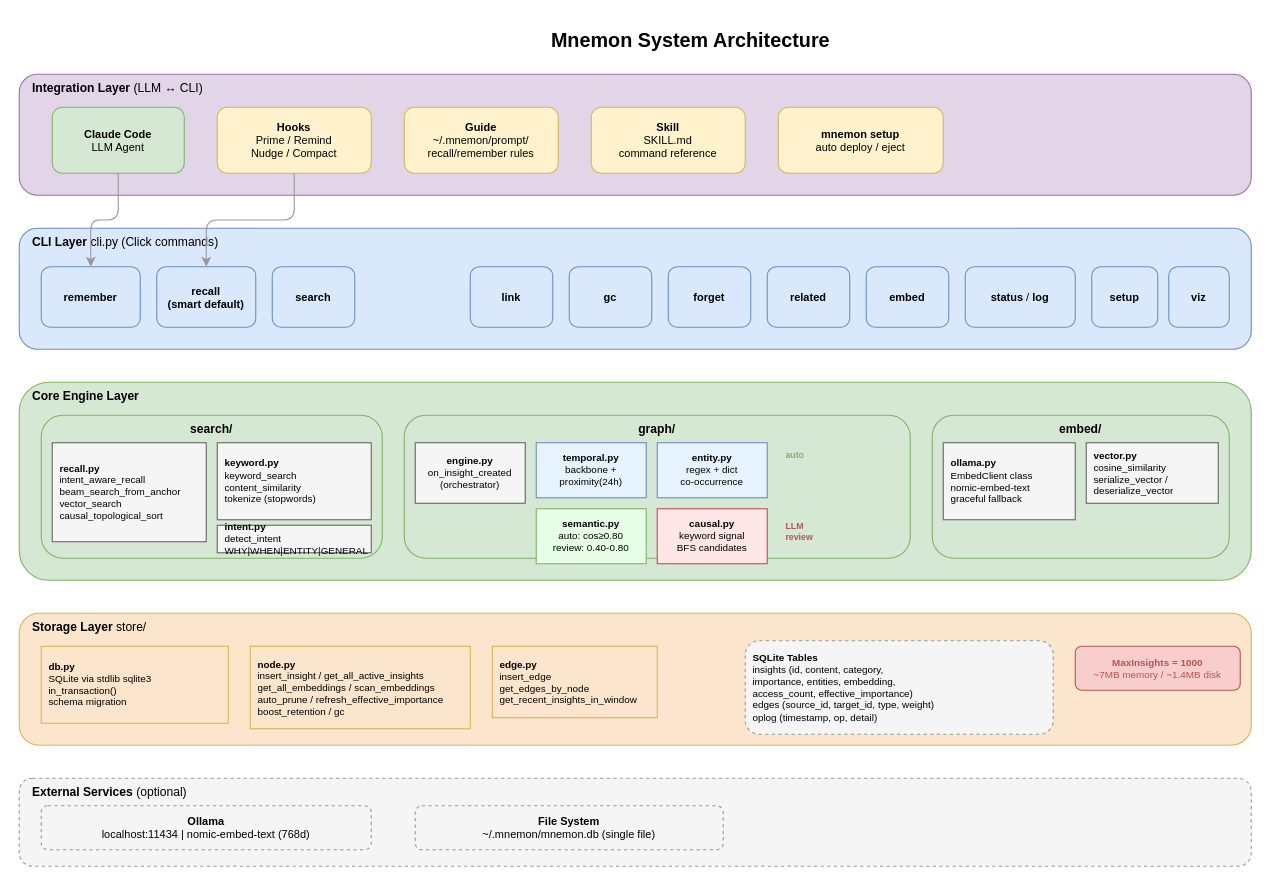
bissli/mnemon keeps this draw.io diagram as docs/diagrams/01-system-architecture.drawio. Above is the earlier version. Source tidied: cells renumbered, new cells numbered last; positions are measured from the earlier drawing's top-left corner, leaving out a move shared by most shapes. Both pictures are drawn from the tidied source at 110%, with x=0, y=0 at pixel (19, 19).
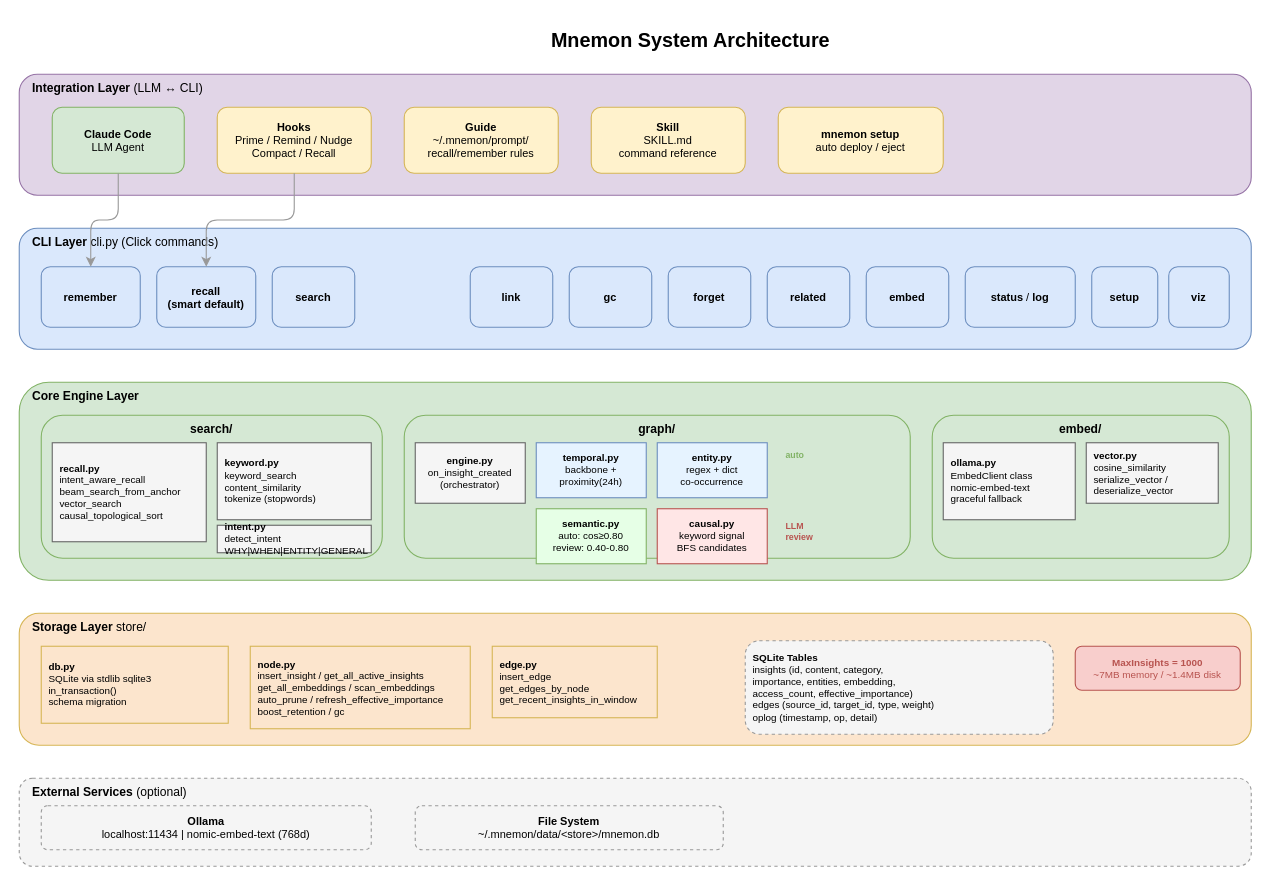
The same diagram, later.

Diff of the diagram source:
```diff
@@
-    <mxCell id="5" value="&lt;b&gt;Hooks&lt;/b&gt;&lt;br&gt;Prime / Remind&lt;br&gt;Nudge / Compact" style="rounded=1;whiteSpace=wrap;html=1;fillColor=#fff2cc;strokeColor=#d6b656;fontSize=10;" parent="1" vertex="1">
+    <mxCell id="5" value="&lt;b&gt;Hooks&lt;/b&gt;&lt;br&gt;Prime / Remind / Nudge&lt;br&gt;Compact / Recall" style="rounded=1;whiteSpace=wrap;html=1;fillColor=#fff2cc;strokeColor=#d6b656;fontSize=10;" parent="1" vertex="1">
       <mxGeometry x="180" y="80" width="140" height="60" as="geometry" />
     </mxCell>
@@
-    <mxCell id="45" value="&lt;b&gt;File System&lt;/b&gt;&lt;br&gt;~/.mnemon/mnemon.db (single file)" style="rounded=1;whiteSpace=wrap;html=1;fillColor=#f5f5f5;strokeColor=#999999;fontSize=10;dashed=1;" parent="1" vertex="1">
+    <mxCell id="45" value="&lt;b&gt;File System&lt;/b&gt;&lt;br&gt;~/.mnemon/data/&amp;lt;store&amp;gt;/mnemon.db" style="rounded=1;whiteSpace=wrap;html=1;fillColor=#f5f5f5;strokeColor=#999999;fontSize=10;dashed=1;" parent="1" vertex="1">
       <mxGeometry x="360" y="715" width="280" height="40" as="geometry" />
     </mxCell>
```
